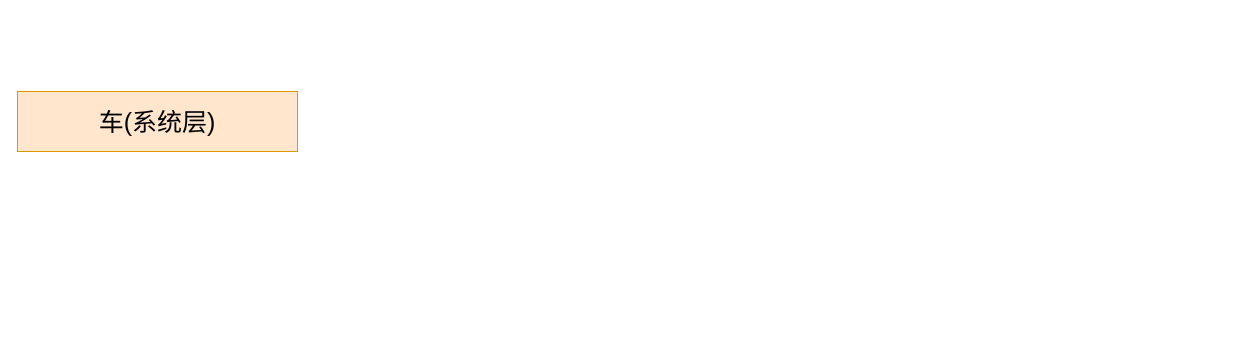
Earlier version of the draw.io diagram mainsystem/框架图.drawio (wangpc10/autonomousPic). Source tidied: cells renumbered, new cells numbered last; positions are measured from the earlier drawing's top-left corner, leaving out a move shared by most shapes. Both pictures are drawn from the tidied source at 100%, with x=0, y=0 at pixel (17, 91).
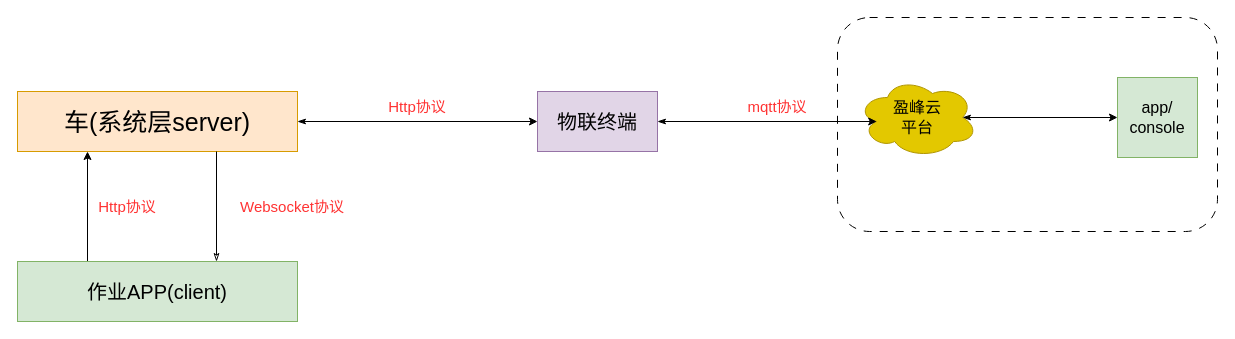
Above is the later version.

Commit message:
更新框架图.drawio

Change to the diagram source:
```diff
@@
 <mxGraphModel>
   <root>
     <mxCell id="0" />
     <mxCell id="1" parent="0" />
+    <mxCell id="3" style="rounded=1;whiteSpace=wrap;html=1;dashed=1;dashPattern=8 8;" parent="1" vertex="1">
+      <mxGeometry x="820" y="-74" width="380" height="214" as="geometry" />
+    </mxCell>
+    <mxCell id="4" style="edgeStyle=orthogonalEdgeStyle;rounded=0;jettySize=auto;html=1;exitX=1;exitY=0.5;exitDx=0;exitDy=0;entryX=0;entryY=0.5;entryDx=0;entryDy=0;startArrow=classicThin;startFill=1;" parent="1" edge="1" source="2" target="9">
+      <mxGeometry relative="1" as="geometry" />
+    </mxCell>
-    <mxCell id="2" value="&lt;font style=&quot;font-size: 25px;&quot;&gt;车(系统层)&lt;/font&gt;" style="rounded=0;whiteSpace=wrap;html=1;fillColor=#ffe6cc;strokeColor=#d79b00;" parent="1" vertex="1">
+    <mxCell id="2" value="&lt;font style=&quot;font-size: 25px;&quot;&gt;车(系统层server)&lt;/font&gt;" style="rounded=0;whiteSpace=wrap;html=1;fillColor=#ffe6cc;strokeColor=#d79b00;" parent="1" vertex="1">
       <mxGeometry width="280" height="60" as="geometry" />
     </mxCell>
+    <mxCell id="5" style="edgeStyle=orthogonalEdgeStyle;rounded=0;orthogonalLoop=1;jettySize=auto;html=1;exitX=0.5;exitY=0;exitDx=0;exitDy=0;entryX=0.5;entryY=1;entryDx=0;entryDy=0;startArrow=classicThin;startFill=0;endArrow=none;" parent="1" edge="1">
+      <mxGeometry relative="1" as="geometry">
+        <mxPoint x="199" y="170" as="sourcePoint" />
+        <mxPoint x="199" y="60" as="targetPoint" />
+      </mxGeometry>
+    </mxCell>
+    <mxCell id="6" style="edgeStyle=orthogonalEdgeStyle;rounded=0;jettySize=auto;html=1;exitX=0.25;exitY=0;exitDx=0;exitDy=0;entryX=0.25;entryY=1;entryDx=0;entryDy=0;" parent="1" edge="1" source="7" target="2">
+      <mxGeometry relative="1" as="geometry" />
+    </mxCell>
+    <mxCell id="7" value="&lt;font style=&quot;font-size: 20px;&quot;&gt;作业APP(client)&lt;/font&gt;" style="rounded=0;whiteSpace=wrap;html=1;fillColor=#d5e8d4;strokeColor=#82b366;" parent="1" vertex="1">
+      <mxGeometry y="170" width="280" height="60" as="geometry" />
+    </mxCell>
+    <mxCell id="8" value="&lt;font style=&quot;font-size: 15px; color: rgb(255, 51, 51);&quot;&gt;Http协议&lt;/font&gt;" style="text;html=1;align=center;verticalAlign=middle;whiteSpace=wrap;rounded=0;" parent="1" vertex="1">
+      <mxGeometry x="80" y="100" width="60" height="30" as="geometry" />
+    </mxCell>
+    <mxCell id="9" value="&lt;font style=&quot;font-size: 20px;&quot;&gt;物联终端&lt;/font&gt;" style="rounded=0;whiteSpace=wrap;html=1;fillColor=#e1d5e7;strokeColor=#9673a6;" parent="1" vertex="1">
+      <mxGeometry x="520" width="120" height="60" as="geometry" />
+    </mxCell>
+    <mxCell id="10" style="edgeStyle=orthogonalEdgeStyle;rounded=0;jettySize=auto;html=1;exitX=0.875;exitY=0.5;exitDx=0;exitDy=0;exitPerimeter=0;startArrow=classicThin;startFill=1;" parent="1" edge="1" source="11" target="15">
+      <mxGeometry relative="1" as="geometry" />
+    </mxCell>
+    <mxCell id="11" value="&lt;font style=&quot;font-size: 16px;&quot;&gt;盈峰云&lt;/font&gt;&lt;div&gt;&lt;font style=&quot;font-size: 16px;&quot;&gt;平台&lt;/font&gt;&lt;/div&gt;" style="ellipse;shape=cloud;whiteSpace=wrap;html=1;fillColor=#e3c800;fontColor=#000000;strokeColor=#B09500;" parent="1" vertex="1">
+      <mxGeometry x="840" y="-14" width="120" height="80" as="geometry" />
+    </mxCell>
+    <mxCell id="12" style="edgeStyle=orthogonalEdgeStyle;rounded=0;jettySize=auto;html=1;exitX=1;exitY=0.5;exitDx=0;exitDy=0;entryX=0.16;entryY=0.55;entryDx=0;entryDy=0;entryPerimeter=0;startArrow=classicThin;startFill=1;" parent="1" edge="1" source="9" target="11">
+      <mxGeometry relative="1" as="geometry" />
+    </mxCell>
+    <mxCell id="13" value="&lt;font style=&quot;font-size: 15px; color: rgb(255, 51, 51);&quot;&gt;Http协议&lt;/font&gt;" style="text;html=1;align=center;verticalAlign=middle;whiteSpace=wrap;rounded=0;" parent="1" vertex="1">
+      <mxGeometry x="370" width="60" height="30" as="geometry" />
+    </mxCell>
+    <mxCell id="14" value="&lt;font style=&quot;font-size: 15px; color: rgb(255, 51, 51);&quot;&gt;mqtt协议&lt;/font&gt;" style="text;html=1;align=center;verticalAlign=middle;whiteSpace=wrap;rounded=0;" parent="1" vertex="1">
+      <mxGeometry x="720" width="80" height="30" as="geometry" />
+    </mxCell>
+    <mxCell id="15" value="&lt;font style=&quot;font-size: 16px;&quot;&gt;app/&lt;/font&gt;&lt;div&gt;&lt;font style=&quot;font-size: 16px;&quot;&gt;console&lt;/font&gt;&lt;/div&gt;" style="whiteSpace=wrap;html=1;fillColor=#d5e8d4;strokeColor=#82b366;" parent="1" vertex="1">
+      <mxGeometry x="1100" y="-14" width="80" height="80" as="geometry" />
+    </mxCell>
+    <mxCell id="16" value="&lt;font style=&quot;font-size: 15px; color: rgb(255, 51, 51);&quot;&gt;Websocket协议&lt;/font&gt;" style="text;html=1;align=center;verticalAlign=middle;whiteSpace=wrap;rounded=0;" parent="1" vertex="1">
+      <mxGeometry x="210" y="100" width="130" height="30" as="geometry" />
+    </mxCell>
   </root>
 </mxGraphModel>
```
